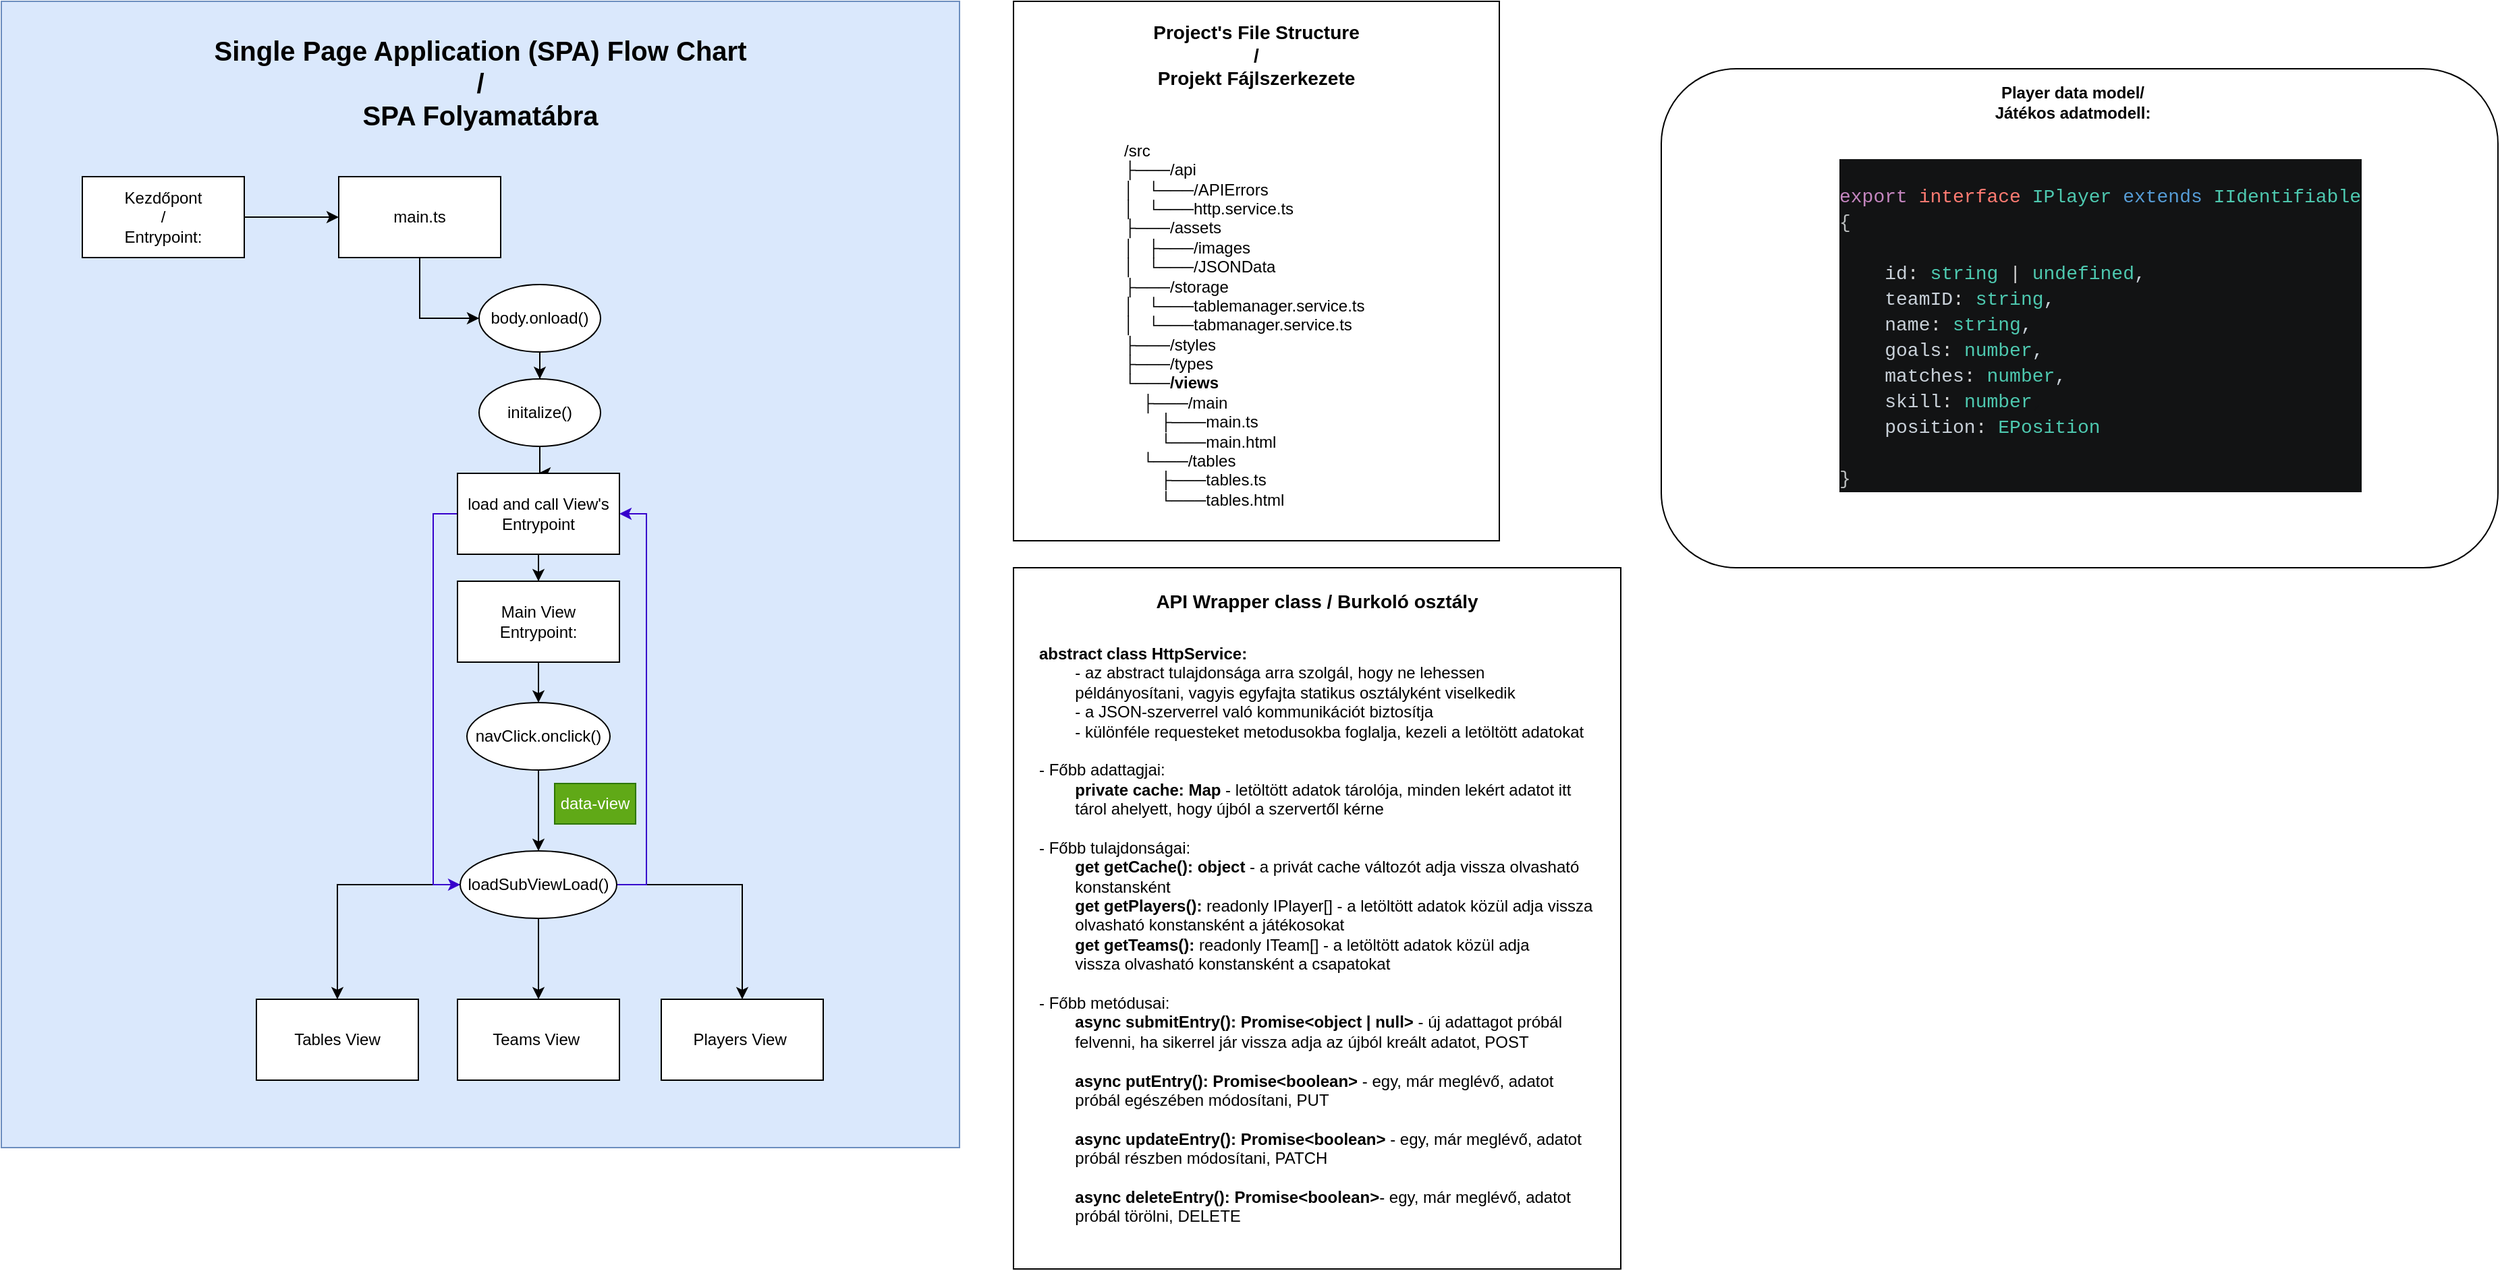
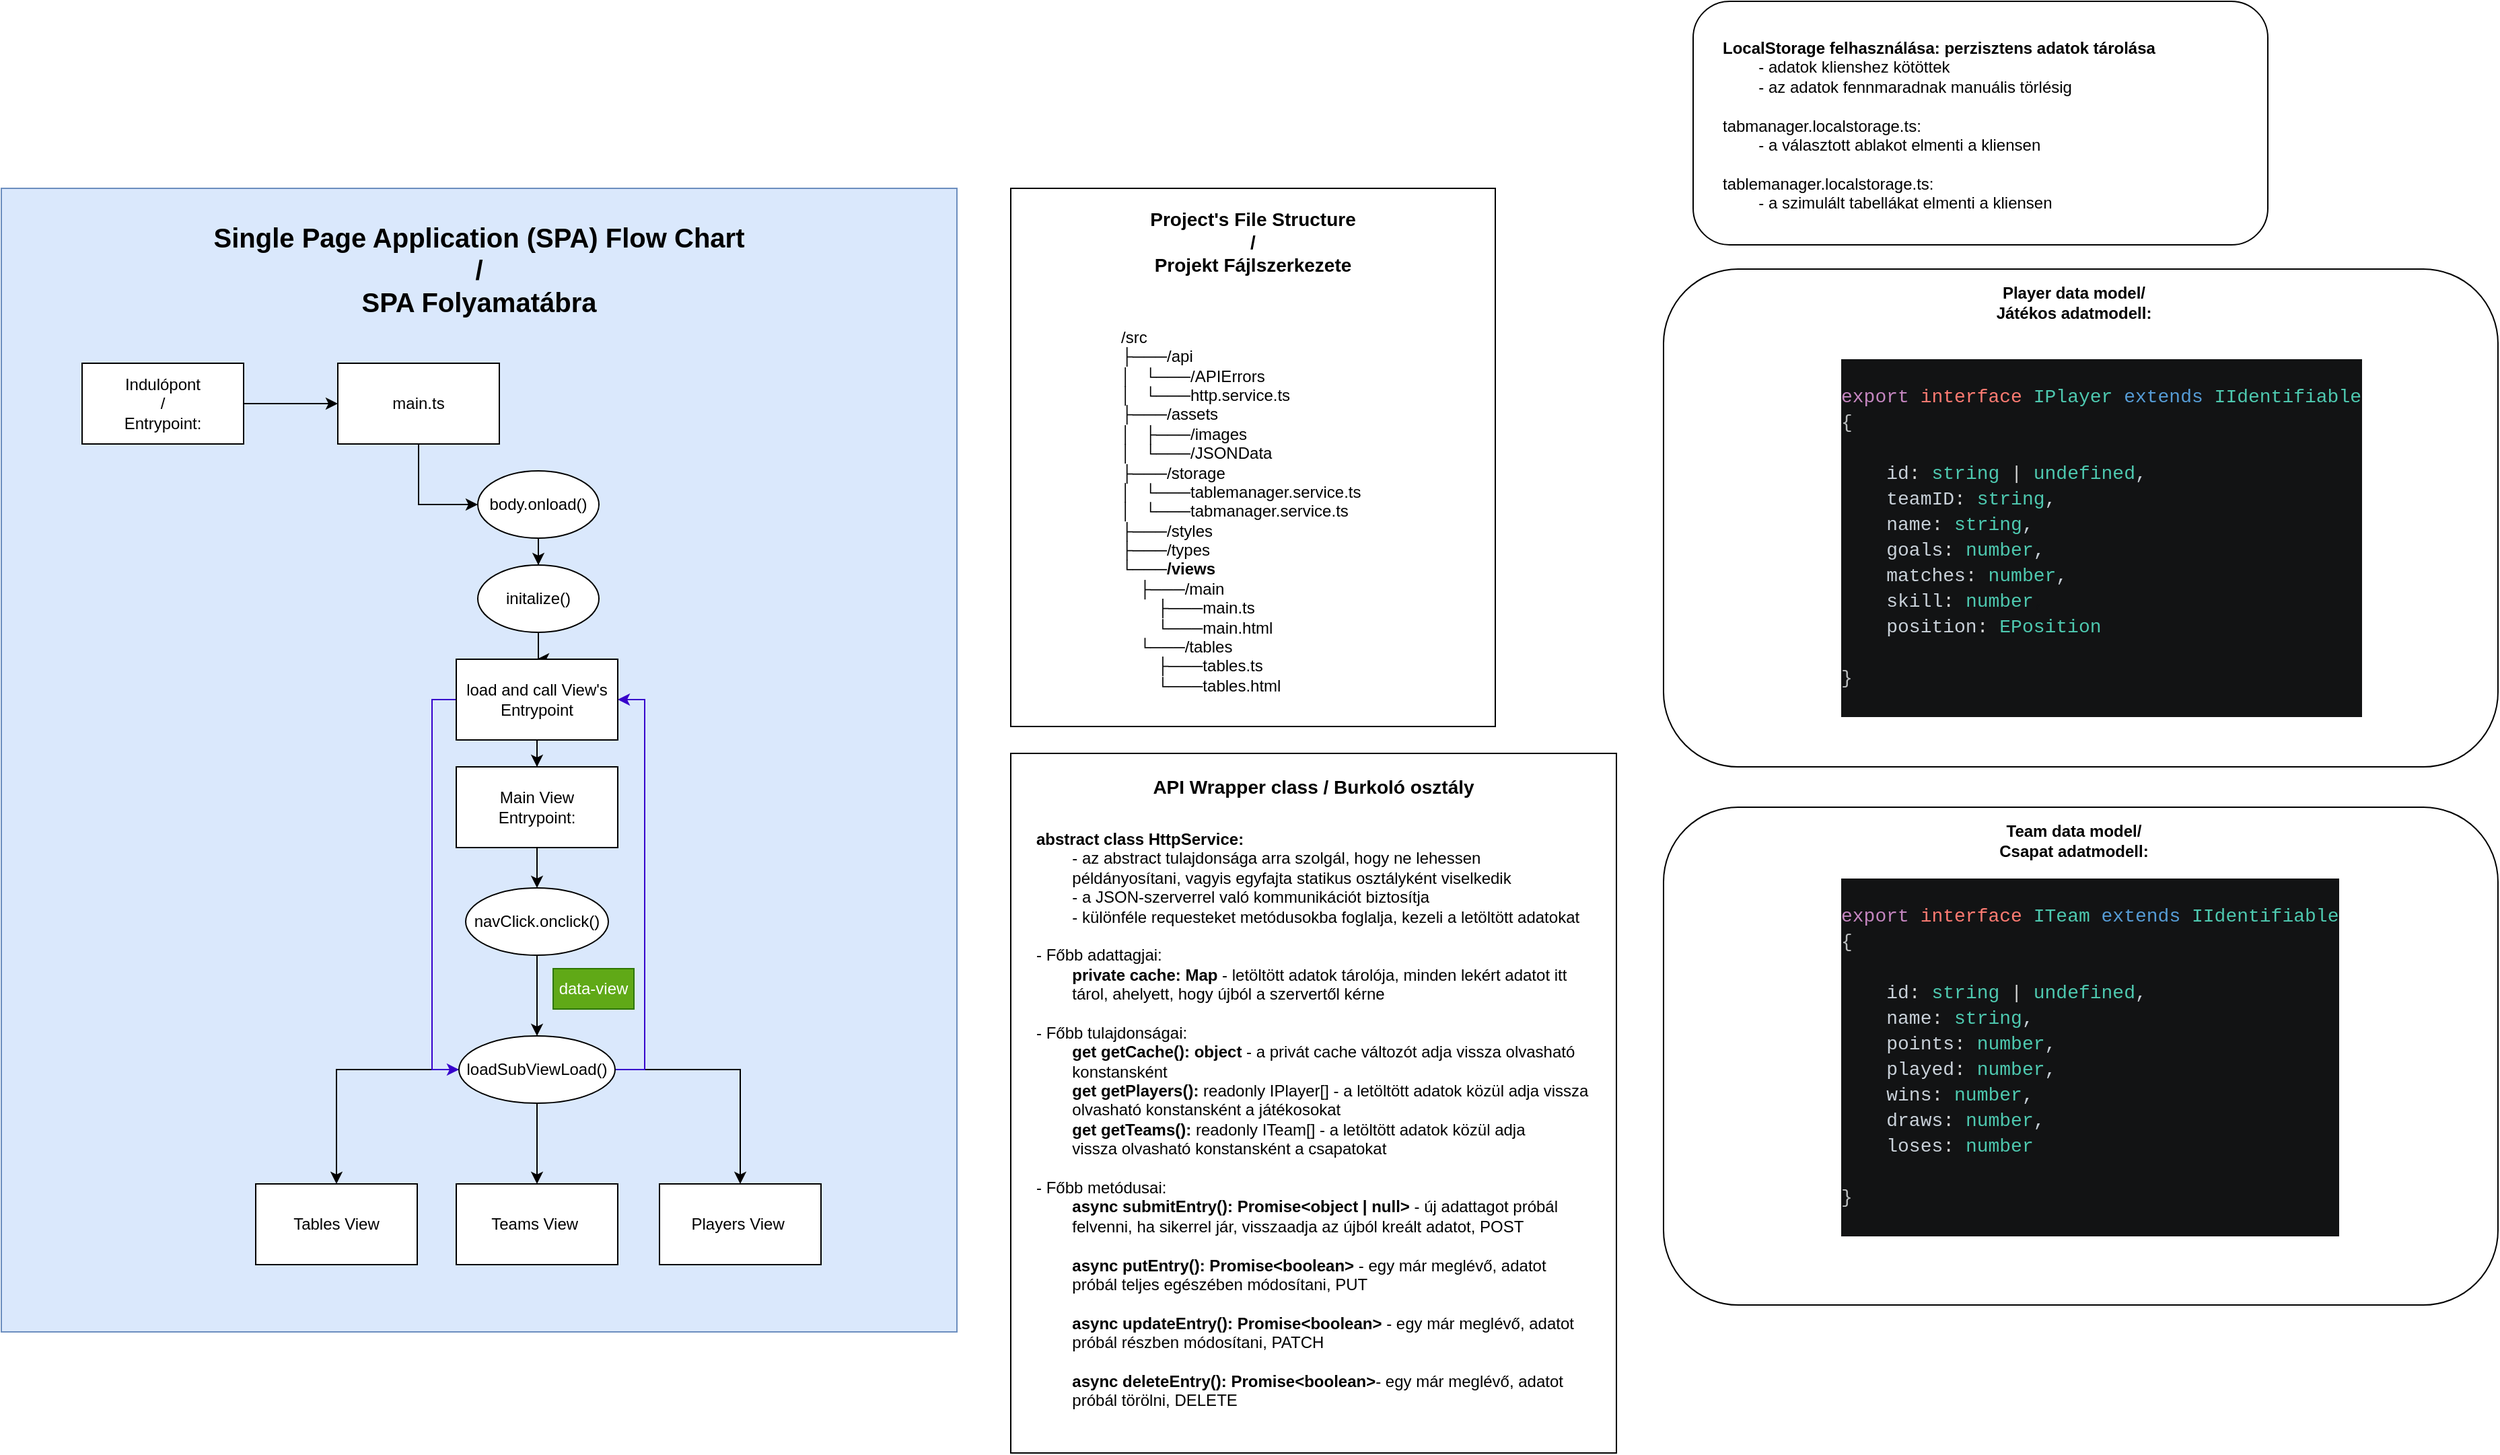
<mxfile host="app.diagrams.net">
-   <diagram name="Oldal-1" id="Sv0uq5PuGPmr9OgXicId">
-     <mxGraphModel dx="808" dy="449" grid="1" gridSize="10" guides="1" tooltips="1" connect="1" arrows="1" fold="1" page="1" pageScale="1" pageWidth="827" pageHeight="1169" math="0" shadow="0">
+   <diagram name="Oldal-1" id="ZsDgsRQ3-yedllqGNZhw">
+     <mxGraphModel dx="2175" dy="1208" grid="1" gridSize="10" guides="1" tooltips="1" connect="1" arrows="1" fold="1" page="1" pageScale="1" pageWidth="827" pageHeight="1169" math="0" shadow="0">
      <root>
        <mxCell id="0" />
        <mxCell id="1" parent="0" />
-         <mxCell id="qPtbIjXEqU1obKghwl15-63" parent="1" style="rounded=0;whiteSpace=wrap;html=1;" value="" vertex="1">
-           <mxGeometry height="400" width="360" x="810" y="40" as="geometry" />
+         <mxCell id="MTkbwlnuCuaM9ma4jEXN-2" parent="1" style="rounded=0;whiteSpace=wrap;html=1;" value="" vertex="1">
+           <mxGeometry height="400" width="360" x="950" y="159" as="geometry" />
        </mxCell>
-         <mxCell id="qPtbIjXEqU1obKghwl15-57" parent="1" style="rounded=0;whiteSpace=wrap;html=1;fillColor=#dae8fc;strokeColor=#6c8ebf;" value="" vertex="1">
-           <mxGeometry height="850" width="710" x="60" y="40" as="geometry" />
+         <mxCell id="MTkbwlnuCuaM9ma4jEXN-3" parent="1" style="rounded=0;whiteSpace=wrap;html=1;fillColor=#dae8fc;strokeColor=#6c8ebf;" value="" vertex="1">
+           <mxGeometry height="850" width="710" x="200" y="159" as="geometry" />
        </mxCell>
-         <mxCell id="qPtbIjXEqU1obKghwl15-3" edge="1" parent="1" source="qPtbIjXEqU1obKghwl15-1" style="edgeStyle=orthogonalEdgeStyle;rounded=0;orthogonalLoop=1;jettySize=auto;html=1;" target="qPtbIjXEqU1obKghwl15-2" value="">
+         <mxCell id="MTkbwlnuCuaM9ma4jEXN-4" edge="1" parent="1" source="MTkbwlnuCuaM9ma4jEXN-5" style="edgeStyle=orthogonalEdgeStyle;rounded=0;orthogonalLoop=1;jettySize=auto;html=1;" target="MTkbwlnuCuaM9ma4jEXN-7" value="">
          <mxGeometry relative="1" as="geometry" />
        </mxCell>
-         <mxCell id="qPtbIjXEqU1obKghwl15-1" parent="1" style="rounded=0;whiteSpace=wrap;html=1;" value="&lt;div&gt;Kezdőpont&lt;/div&gt;/&lt;div&gt;Entrypoint:&lt;/div&gt;" vertex="1">
-           <mxGeometry height="60" width="120" x="120" y="170" as="geometry" />
+         <mxCell id="MTkbwlnuCuaM9ma4jEXN-5" parent="1" style="rounded=0;whiteSpace=wrap;html=1;" value="&lt;div&gt;Indulópont&lt;/div&gt;/&lt;div&gt;Entrypoint:&lt;/div&gt;" vertex="1">
+           <mxGeometry height="60" width="120" x="260" y="289" as="geometry" />
        </mxCell>
-         <mxCell id="qPtbIjXEqU1obKghwl15-22" edge="1" parent="1" source="qPtbIjXEqU1obKghwl15-2" style="edgeStyle=orthogonalEdgeStyle;rounded=0;orthogonalLoop=1;jettySize=auto;html=1;entryX=0;entryY=0.5;entryDx=0;entryDy=0;" target="qPtbIjXEqU1obKghwl15-20">
+         <mxCell id="MTkbwlnuCuaM9ma4jEXN-6" edge="1" parent="1" source="MTkbwlnuCuaM9ma4jEXN-7" style="edgeStyle=orthogonalEdgeStyle;rounded=0;orthogonalLoop=1;jettySize=auto;html=1;entryX=0;entryY=0.5;entryDx=0;entryDy=0;" target="MTkbwlnuCuaM9ma4jEXN-11">
          <mxGeometry relative="1" as="geometry" />
        </mxCell>
-         <mxCell id="qPtbIjXEqU1obKghwl15-2" parent="1" style="whiteSpace=wrap;html=1;rounded=0;" value="main.ts" vertex="1">
-           <mxGeometry height="60" width="120" x="310" y="170" as="geometry" />
+         <mxCell id="MTkbwlnuCuaM9ma4jEXN-7" parent="1" style="whiteSpace=wrap;html=1;rounded=0;" value="main.ts" vertex="1">
+           <mxGeometry height="60" width="120" x="450" y="289" as="geometry" />
        </mxCell>
-         <mxCell id="qPtbIjXEqU1obKghwl15-28" edge="1" parent="1" source="qPtbIjXEqU1obKghwl15-17" style="edgeStyle=orthogonalEdgeStyle;rounded=0;orthogonalLoop=1;jettySize=auto;html=1;entryX=0.5;entryY=0;entryDx=0;entryDy=0;" target="qPtbIjXEqU1obKghwl15-30">
+         <mxCell id="MTkbwlnuCuaM9ma4jEXN-8" edge="1" parent="1" source="MTkbwlnuCuaM9ma4jEXN-9" style="edgeStyle=orthogonalEdgeStyle;rounded=0;orthogonalLoop=1;jettySize=auto;html=1;entryX=0.5;entryY=0;entryDx=0;entryDy=0;" target="MTkbwlnuCuaM9ma4jEXN-19">
          <mxGeometry relative="1" as="geometry" />
        </mxCell>
-         <mxCell id="qPtbIjXEqU1obKghwl15-17" parent="1" style="ellipse;whiteSpace=wrap;html=1;" value="initalize()" vertex="1">
-           <mxGeometry height="50" width="90" x="414" y="320" as="geometry" />
+         <mxCell id="MTkbwlnuCuaM9ma4jEXN-9" parent="1" style="ellipse;whiteSpace=wrap;html=1;" value="initalize()" vertex="1">
+           <mxGeometry height="50" width="90" x="554" y="439" as="geometry" />
        </mxCell>
-         <mxCell id="qPtbIjXEqU1obKghwl15-27" edge="1" parent="1" source="qPtbIjXEqU1obKghwl15-20" style="edgeStyle=orthogonalEdgeStyle;rounded=0;orthogonalLoop=1;jettySize=auto;html=1;entryX=0.5;entryY=0;entryDx=0;entryDy=0;" target="qPtbIjXEqU1obKghwl15-17">
+         <mxCell id="MTkbwlnuCuaM9ma4jEXN-10" edge="1" parent="1" source="MTkbwlnuCuaM9ma4jEXN-11" style="edgeStyle=orthogonalEdgeStyle;rounded=0;orthogonalLoop=1;jettySize=auto;html=1;entryX=0.5;entryY=0;entryDx=0;entryDy=0;" target="MTkbwlnuCuaM9ma4jEXN-9">
          <mxGeometry relative="1" as="geometry" />
        </mxCell>
-         <mxCell id="qPtbIjXEqU1obKghwl15-20" parent="1" style="ellipse;whiteSpace=wrap;html=1;" value="body.onload()" vertex="1">
-           <mxGeometry height="50" width="90" x="414" y="250" as="geometry" />
+         <mxCell id="MTkbwlnuCuaM9ma4jEXN-11" parent="1" style="ellipse;whiteSpace=wrap;html=1;" value="body.onload()" vertex="1">
+           <mxGeometry height="50" width="90" x="554" y="369" as="geometry" />
        </mxCell>
-         <mxCell id="qPtbIjXEqU1obKghwl15-52" edge="1" parent="1" source="qPtbIjXEqU1obKghwl15-21" style="edgeStyle=orthogonalEdgeStyle;rounded=0;orthogonalLoop=1;jettySize=auto;html=1;entryX=0.5;entryY=0;entryDx=0;entryDy=0;" target="qPtbIjXEqU1obKghwl15-37">
+         <mxCell id="MTkbwlnuCuaM9ma4jEXN-12" edge="1" parent="1" source="MTkbwlnuCuaM9ma4jEXN-16" style="edgeStyle=orthogonalEdgeStyle;rounded=0;orthogonalLoop=1;jettySize=auto;html=1;entryX=0.5;entryY=0;entryDx=0;entryDy=0;" target="MTkbwlnuCuaM9ma4jEXN-24">
          <mxGeometry relative="1" as="geometry" />
        </mxCell>
-         <mxCell id="qPtbIjXEqU1obKghwl15-53" edge="1" parent="1" source="qPtbIjXEqU1obKghwl15-21" style="edgeStyle=orthogonalEdgeStyle;rounded=0;orthogonalLoop=1;jettySize=auto;html=1;entryX=0.5;entryY=0;entryDx=0;entryDy=0;" target="qPtbIjXEqU1obKghwl15-34">
+         <mxCell id="MTkbwlnuCuaM9ma4jEXN-13" edge="1" parent="1" source="MTkbwlnuCuaM9ma4jEXN-16" style="edgeStyle=orthogonalEdgeStyle;rounded=0;orthogonalLoop=1;jettySize=auto;html=1;entryX=0.5;entryY=0;entryDx=0;entryDy=0;" target="MTkbwlnuCuaM9ma4jEXN-20">
          <mxGeometry relative="1" as="geometry" />
        </mxCell>
-         <mxCell id="qPtbIjXEqU1obKghwl15-54" edge="1" parent="1" source="qPtbIjXEqU1obKghwl15-21" style="edgeStyle=orthogonalEdgeStyle;rounded=0;orthogonalLoop=1;jettySize=auto;html=1;entryX=0.5;entryY=0;entryDx=0;entryDy=0;" target="qPtbIjXEqU1obKghwl15-36">
+         <mxCell id="MTkbwlnuCuaM9ma4jEXN-14" edge="1" parent="1" source="MTkbwlnuCuaM9ma4jEXN-16" style="edgeStyle=orthogonalEdgeStyle;rounded=0;orthogonalLoop=1;jettySize=auto;html=1;entryX=0.5;entryY=0;entryDx=0;entryDy=0;" target="MTkbwlnuCuaM9ma4jEXN-23">
          <mxGeometry relative="1" as="geometry" />
        </mxCell>
-         <mxCell id="qPtbIjXEqU1obKghwl15-55" edge="1" parent="1" source="qPtbIjXEqU1obKghwl15-21" style="edgeStyle=orthogonalEdgeStyle;rounded=0;orthogonalLoop=1;jettySize=auto;html=1;entryX=1;entryY=0.5;entryDx=0;entryDy=0;fillColor=#6a00ff;strokeColor=#3700CC;" target="qPtbIjXEqU1obKghwl15-30">
+         <mxCell id="MTkbwlnuCuaM9ma4jEXN-15" edge="1" parent="1" source="MTkbwlnuCuaM9ma4jEXN-16" style="edgeStyle=orthogonalEdgeStyle;rounded=0;orthogonalLoop=1;jettySize=auto;html=1;entryX=1;entryY=0.5;entryDx=0;entryDy=0;fillColor=#6a00ff;strokeColor=#3700CC;" target="MTkbwlnuCuaM9ma4jEXN-19">
          <mxGeometry relative="1" as="geometry">
            <Array as="points">
-               <mxPoint x="538" y="695" />
-               <mxPoint x="538" y="420" />
+               <mxPoint x="678" y="814" />
+               <mxPoint x="678" y="539" />
            </Array>
          </mxGeometry>
        </mxCell>
-         <mxCell id="qPtbIjXEqU1obKghwl15-21" parent="1" style="ellipse;whiteSpace=wrap;html=1;" value="loadSubViewLoad()" vertex="1">
-           <mxGeometry height="50" width="116" x="400" y="670" as="geometry" />
+         <mxCell id="MTkbwlnuCuaM9ma4jEXN-16" parent="1" style="ellipse;whiteSpace=wrap;html=1;" value="loadSubViewLoad()" vertex="1">
+           <mxGeometry height="50" width="116" x="540" y="789" as="geometry" />
        </mxCell>
-         <mxCell id="qPtbIjXEqU1obKghwl15-38" edge="1" parent="1" source="qPtbIjXEqU1obKghwl15-30" style="edgeStyle=orthogonalEdgeStyle;rounded=0;orthogonalLoop=1;jettySize=auto;html=1;" target="qPtbIjXEqU1obKghwl15-35" value="">
+         <mxCell id="MTkbwlnuCuaM9ma4jEXN-17" edge="1" parent="1" source="MTkbwlnuCuaM9ma4jEXN-19" style="edgeStyle=orthogonalEdgeStyle;rounded=0;orthogonalLoop=1;jettySize=auto;html=1;" target="MTkbwlnuCuaM9ma4jEXN-22" value="">
          <mxGeometry relative="1" as="geometry" />
        </mxCell>
-         <mxCell id="qPtbIjXEqU1obKghwl15-56" edge="1" parent="1" source="qPtbIjXEqU1obKghwl15-30" style="edgeStyle=orthogonalEdgeStyle;rounded=0;orthogonalLoop=1;jettySize=auto;html=1;entryX=0;entryY=0.5;entryDx=0;entryDy=0;fillColor=#6a00ff;strokeColor=#3700CC;" target="qPtbIjXEqU1obKghwl15-21">
+         <mxCell id="MTkbwlnuCuaM9ma4jEXN-18" edge="1" parent="1" source="MTkbwlnuCuaM9ma4jEXN-19" style="edgeStyle=orthogonalEdgeStyle;rounded=0;orthogonalLoop=1;jettySize=auto;html=1;entryX=0;entryY=0.5;entryDx=0;entryDy=0;fillColor=#6a00ff;strokeColor=#3700CC;" target="MTkbwlnuCuaM9ma4jEXN-16">
          <mxGeometry relative="1" as="geometry">
            <Array as="points">
-               <mxPoint x="380" y="420" />
-               <mxPoint x="380" y="695" />
+               <mxPoint x="520" y="539" />
+               <mxPoint x="520" y="814" />
            </Array>
          </mxGeometry>
        </mxCell>
-         <mxCell id="qPtbIjXEqU1obKghwl15-30" parent="1" style="rounded=0;whiteSpace=wrap;html=1;" value="load and call View&#39;s Entrypoint" vertex="1">
-           <mxGeometry height="60" width="120" x="398" y="390" as="geometry" />
+         <mxCell id="MTkbwlnuCuaM9ma4jEXN-19" parent="1" style="rounded=0;whiteSpace=wrap;html=1;" value="load and call View&#39;s Entrypoint" vertex="1">
+           <mxGeometry height="60" width="120" x="538" y="509" as="geometry" />
        </mxCell>
-         <mxCell id="qPtbIjXEqU1obKghwl15-34" parent="1" style="rounded=0;whiteSpace=wrap;html=1;" value="Tables View" vertex="1">
-           <mxGeometry height="60" width="120" x="249" y="780" as="geometry" />
+         <mxCell id="MTkbwlnuCuaM9ma4jEXN-20" parent="1" style="rounded=0;whiteSpace=wrap;html=1;" value="Tables View" vertex="1">
+           <mxGeometry height="60" width="120" x="389" y="899" as="geometry" />
        </mxCell>
-         <mxCell id="qPtbIjXEqU1obKghwl15-47" edge="1" parent="1" source="qPtbIjXEqU1obKghwl15-35" style="edgeStyle=orthogonalEdgeStyle;rounded=0;orthogonalLoop=1;jettySize=auto;html=1;" target="qPtbIjXEqU1obKghwl15-46" value="">
+         <mxCell id="MTkbwlnuCuaM9ma4jEXN-21" edge="1" parent="1" source="MTkbwlnuCuaM9ma4jEXN-22" style="edgeStyle=orthogonalEdgeStyle;rounded=0;orthogonalLoop=1;jettySize=auto;html=1;" target="MTkbwlnuCuaM9ma4jEXN-26" value="">
          <mxGeometry relative="1" as="geometry" />
        </mxCell>
-         <mxCell id="qPtbIjXEqU1obKghwl15-35" parent="1" style="rounded=0;whiteSpace=wrap;html=1;" value="Main View&lt;br&gt;Entrypoint:" vertex="1">
-           <mxGeometry height="60" width="120" x="398" y="470" as="geometry" />
+         <mxCell id="MTkbwlnuCuaM9ma4jEXN-22" parent="1" style="rounded=0;whiteSpace=wrap;html=1;" value="Main View&lt;br&gt;Entrypoint:" vertex="1">
+           <mxGeometry height="60" width="120" x="538" y="589" as="geometry" />
        </mxCell>
-         <mxCell id="qPtbIjXEqU1obKghwl15-36" parent="1" style="rounded=0;whiteSpace=wrap;html=1;" value="Players View&amp;nbsp;" vertex="1">
-           <mxGeometry height="60" width="120" x="549" y="780" as="geometry" />
+         <mxCell id="MTkbwlnuCuaM9ma4jEXN-23" parent="1" style="rounded=0;whiteSpace=wrap;html=1;" value="Players View&amp;nbsp;" vertex="1">
+           <mxGeometry height="60" width="120" x="689" y="899" as="geometry" />
        </mxCell>
-         <mxCell id="qPtbIjXEqU1obKghwl15-37" parent="1" style="rounded=0;whiteSpace=wrap;html=1;" value="Teams View&amp;nbsp;" vertex="1">
-           <mxGeometry height="60" width="120" x="398" y="780" as="geometry" />
+         <mxCell id="MTkbwlnuCuaM9ma4jEXN-24" parent="1" style="rounded=0;whiteSpace=wrap;html=1;" value="Teams View&amp;nbsp;" vertex="1">
+           <mxGeometry height="60" width="120" x="538" y="899" as="geometry" />
        </mxCell>
-         <mxCell id="qPtbIjXEqU1obKghwl15-51" edge="1" parent="1" source="qPtbIjXEqU1obKghwl15-46" style="edgeStyle=orthogonalEdgeStyle;rounded=0;orthogonalLoop=1;jettySize=auto;html=1;" target="qPtbIjXEqU1obKghwl15-21" value="">
+         <mxCell id="MTkbwlnuCuaM9ma4jEXN-25" edge="1" parent="1" source="MTkbwlnuCuaM9ma4jEXN-26" style="edgeStyle=orthogonalEdgeStyle;rounded=0;orthogonalLoop=1;jettySize=auto;html=1;" target="MTkbwlnuCuaM9ma4jEXN-16" value="">
          <mxGeometry relative="1" as="geometry" />
        </mxCell>
-         <mxCell id="qPtbIjXEqU1obKghwl15-46" parent="1" style="ellipse;whiteSpace=wrap;html=1;" value="navClick.onclick()" vertex="1">
-           <mxGeometry height="50" width="106" x="405" y="560" as="geometry" />
+         <mxCell id="MTkbwlnuCuaM9ma4jEXN-26" parent="1" style="ellipse;whiteSpace=wrap;html=1;" value="navClick.onclick()" vertex="1">
+           <mxGeometry height="50" width="106" x="545" y="679" as="geometry" />
        </mxCell>
-         <mxCell id="qPtbIjXEqU1obKghwl15-58" parent="1" style="text;html=1;whiteSpace=wrap;strokeColor=none;fillColor=none;align=center;verticalAlign=middle;rounded=0;fontSize=20;fontStyle=1" value="Single Page Application (SPA) Flow Chart&lt;br&gt;/&lt;br&gt;SPA Folyamatábra" vertex="1">
-           <mxGeometry height="80" width="670" x="80" y="60" as="geometry" />
+         <mxCell id="MTkbwlnuCuaM9ma4jEXN-27" parent="1" style="text;html=1;whiteSpace=wrap;strokeColor=none;fillColor=none;align=center;verticalAlign=middle;rounded=0;fontSize=20;fontStyle=1" value="Single Page Application (SPA) Flow Chart&lt;br&gt;/&lt;br&gt;SPA Folyamatábra" vertex="1">
+           <mxGeometry height="80" width="670" x="220" y="179" as="geometry" />
        </mxCell>
-         <mxCell id="qPtbIjXEqU1obKghwl15-59" parent="1" style="text;html=1;whiteSpace=wrap;strokeColor=#2D7600;fillColor=#60a917;align=center;verticalAlign=middle;rounded=0;fontColor=#ffffff;" value="data-view" vertex="1">
-           <mxGeometry height="30" width="60" x="470" y="620" as="geometry" />
+         <mxCell id="MTkbwlnuCuaM9ma4jEXN-28" parent="1" style="text;html=1;whiteSpace=wrap;strokeColor=#2D7600;fillColor=#60a917;align=center;verticalAlign=middle;rounded=0;fontColor=#ffffff;" value="data-view" vertex="1">
+           <mxGeometry height="30" width="60" x="610" y="739" as="geometry" />
        </mxCell>
-         <mxCell id="qPtbIjXEqU1obKghwl15-62" parent="1" style="text;html=1;whiteSpace=wrap;align=left;verticalAlign=middle;rounded=0;" value="&lt;blockquote style=&quot;margin: 0px 0px 0px 40px; border-width: medium; border-style: none; border-color: currentcolor; border-image: initial; padding: 0px;&quot;&gt;&lt;div&gt;/src&lt;/div&gt;&lt;div&gt;├───/api&lt;/div&gt;&lt;div&gt;│&amp;nbsp; &amp;nbsp;└───/APIErrors&lt;/div&gt;&lt;div&gt;│&amp;nbsp; &amp;nbsp;└───http.service.ts&lt;/div&gt;&lt;div&gt;├───/assets&lt;/div&gt;&lt;div&gt;│&amp;nbsp; &amp;nbsp;├───/images&lt;/div&gt;&lt;div&gt;│&amp;nbsp; &amp;nbsp;└───/JSONData&lt;/div&gt;&lt;div&gt;├───/storage&lt;/div&gt;&lt;div&gt;│&amp;nbsp; &amp;nbsp;└───tablemanager.service.ts&lt;/div&gt;&lt;div&gt;│&amp;nbsp; &amp;nbsp;└───tabmanager.service.ts&lt;/div&gt;&lt;div&gt;├───/styles&lt;/div&gt;&lt;div&gt;├───/types&lt;/div&gt;&lt;div&gt;&lt;b&gt;&lt;font style=&quot;color: light-dark(rgb(0, 0, 0), rgb(255, 102, 102));&quot;&gt;└───/views&lt;/font&gt;&lt;/b&gt;&lt;/div&gt;&lt;div&gt;&lt;font&gt;&amp;nbsp; &amp;nbsp; &lt;font style=&quot;color: light-dark(rgb(0, 0, 0), rgb(255, 102, 102));&quot;&gt;├───/main&lt;/font&gt;&lt;/font&gt;&lt;/div&gt;&lt;div&gt;&lt;div&gt;&lt;font style=&quot;color: light-dark(rgb(0, 0, 0), rgb(255, 102, 102));&quot;&gt;&amp;nbsp; &amp;nbsp; &amp;nbsp; &amp;nbsp; ├───main.ts&lt;/font&gt;&lt;/div&gt;&lt;/div&gt;&lt;div&gt;&lt;div&gt;&lt;font style=&quot;color: light-dark(rgb(0, 0, 0), rgb(255, 102, 102));&quot;&gt;&amp;nbsp; &amp;nbsp; &amp;nbsp; &amp;nbsp; └───main.html&lt;/font&gt;&lt;/div&gt;&lt;/div&gt;&lt;div&gt;&lt;font style=&quot;color: light-dark(rgb(0, 0, 0), rgb(255, 102, 102));&quot;&gt;&amp;nbsp; &amp;nbsp; └───/tables&lt;/font&gt;&lt;/div&gt;&lt;div&gt;&lt;font style=&quot;color: light-dark(rgb(0, 0, 0), rgb(255, 102, 102));&quot;&gt;&amp;nbsp; &amp;nbsp; &amp;nbsp; &amp;nbsp; ├───tables.ts&lt;/font&gt;&lt;/div&gt;&lt;div&gt;&lt;font style=&quot;color: light-dark(rgb(0, 0, 0), rgb(255, 102, 102));&quot;&gt;&amp;nbsp; &amp;nbsp; &amp;nbsp; &amp;nbsp; └───tables.html&lt;/font&gt;&lt;/div&gt;&lt;/blockquote&gt;" vertex="1">
-           <mxGeometry height="300" width="280" x="850" y="130" as="geometry" />
+         <mxCell id="MTkbwlnuCuaM9ma4jEXN-29" parent="1" style="text;html=1;whiteSpace=wrap;align=left;verticalAlign=middle;rounded=0;" value="&lt;blockquote style=&quot;margin: 0px 0px 0px 40px; border-width: medium; border-style: none; border-color: currentcolor; border-image: initial; padding: 0px;&quot;&gt;&lt;div&gt;/src&lt;/div&gt;&lt;div&gt;├───/api&lt;/div&gt;&lt;div&gt;│&amp;nbsp; &amp;nbsp;└───/APIErrors&lt;/div&gt;&lt;div&gt;│&amp;nbsp; &amp;nbsp;└───http.service.ts&lt;/div&gt;&lt;div&gt;├───/assets&lt;/div&gt;&lt;div&gt;│&amp;nbsp; &amp;nbsp;├───/images&lt;/div&gt;&lt;div&gt;│&amp;nbsp; &amp;nbsp;└───/JSONData&lt;/div&gt;&lt;div&gt;├───/storage&lt;/div&gt;&lt;div&gt;│&amp;nbsp; &amp;nbsp;└───tablemanager.service.ts&lt;/div&gt;&lt;div&gt;│&amp;nbsp; &amp;nbsp;└───tabmanager.service.ts&lt;/div&gt;&lt;div&gt;├───/styles&lt;/div&gt;&lt;div&gt;├───/types&lt;/div&gt;&lt;div&gt;&lt;b&gt;&lt;font style=&quot;color: light-dark(rgb(0, 0, 0), rgb(255, 102, 102));&quot;&gt;└───/views&lt;/font&gt;&lt;/b&gt;&lt;/div&gt;&lt;div&gt;&lt;font&gt;&amp;nbsp; &amp;nbsp; &lt;font style=&quot;color: light-dark(rgb(0, 0, 0), rgb(255, 102, 102));&quot;&gt;├───/main&lt;/font&gt;&lt;/font&gt;&lt;/div&gt;&lt;div&gt;&lt;div&gt;&lt;font style=&quot;color: light-dark(rgb(0, 0, 0), rgb(255, 102, 102));&quot;&gt;&amp;nbsp; &amp;nbsp; &amp;nbsp; &amp;nbsp; ├───main.ts&lt;/font&gt;&lt;/div&gt;&lt;/div&gt;&lt;div&gt;&lt;div&gt;&lt;font style=&quot;color: light-dark(rgb(0, 0, 0), rgb(255, 102, 102));&quot;&gt;&amp;nbsp; &amp;nbsp; &amp;nbsp; &amp;nbsp; └───main.html&lt;/font&gt;&lt;/div&gt;&lt;/div&gt;&lt;div&gt;&lt;font style=&quot;color: light-dark(rgb(0, 0, 0), rgb(255, 102, 102));&quot;&gt;&amp;nbsp; &amp;nbsp; └───/tables&lt;/font&gt;&lt;/div&gt;&lt;div&gt;&lt;font style=&quot;color: light-dark(rgb(0, 0, 0), rgb(255, 102, 102));&quot;&gt;&amp;nbsp; &amp;nbsp; &amp;nbsp; &amp;nbsp; ├───tables.ts&lt;/font&gt;&lt;/div&gt;&lt;div&gt;&lt;font style=&quot;color: light-dark(rgb(0, 0, 0), rgb(255, 102, 102));&quot;&gt;&amp;nbsp; &amp;nbsp; &amp;nbsp; &amp;nbsp; └───tables.html&lt;/font&gt;&lt;/div&gt;&lt;/blockquote&gt;" vertex="1">
+           <mxGeometry height="300" width="280" x="990" y="249" as="geometry" />
        </mxCell>
-         <mxCell id="qPtbIjXEqU1obKghwl15-64" parent="1" style="text;html=1;whiteSpace=wrap;strokeColor=none;fillColor=none;align=center;verticalAlign=middle;rounded=0;fontSize=14;fontStyle=1" value="Project&#39;s File Structure&lt;div&gt;/&lt;br&gt;Projekt Fájlszerkezete&lt;/div&gt;" vertex="1">
-           <mxGeometry height="60" width="320" x="830" y="50" as="geometry" />
+         <mxCell id="MTkbwlnuCuaM9ma4jEXN-30" parent="1" style="text;html=1;whiteSpace=wrap;strokeColor=none;fillColor=none;align=center;verticalAlign=middle;rounded=0;fontSize=14;fontStyle=1" value="Project&#39;s File Structure&lt;div&gt;/&lt;br&gt;Projekt Fájlszerkezete&lt;/div&gt;" vertex="1">
+           <mxGeometry height="60" width="320" x="970" y="169" as="geometry" />
        </mxCell>
-         <mxCell id="qPtbIjXEqU1obKghwl15-65" parent="1" style="rounded=0;whiteSpace=wrap;html=1;" value="" vertex="1">
-           <mxGeometry height="520" width="450" x="810" y="460" as="geometry" />
+         <mxCell id="MTkbwlnuCuaM9ma4jEXN-31" parent="1" style="rounded=0;whiteSpace=wrap;html=1;" value="" vertex="1">
+           <mxGeometry height="520" width="450" x="950" y="579" as="geometry" />
        </mxCell>
-         <mxCell id="qPtbIjXEqU1obKghwl15-66" parent="1" style="text;html=1;whiteSpace=wrap;strokeColor=none;fillColor=none;align=center;verticalAlign=middle;rounded=0;fontSize=14;fontStyle=1" value="API Wrapper class / Burkoló osztály" vertex="1">
-           <mxGeometry height="30" width="410" x="830" y="470" as="geometry" />
+         <mxCell id="MTkbwlnuCuaM9ma4jEXN-32" parent="1" style="text;html=1;whiteSpace=wrap;strokeColor=none;fillColor=none;align=center;verticalAlign=middle;rounded=0;fontSize=14;fontStyle=1" value="API Wrapper class / Burkoló osztály" vertex="1">
+           <mxGeometry height="30" width="410" x="970" y="589" as="geometry" />
        </mxCell>
-         <mxCell id="qPtbIjXEqU1obKghwl15-67" parent="1" style="text;html=1;whiteSpace=wrap;strokeColor=none;fillColor=none;align=left;verticalAlign=top;rounded=0;" value="&lt;b&gt;abstract class HttpService:&lt;/b&gt;&lt;div&gt;&lt;span style=&quot;white-space: pre;&quot;&gt;&#x9;&lt;/span&gt;- az abstract tulajdonsága arra szolgál, hogy ne lehessen &lt;span style=&quot;white-space: pre;&quot;&gt;&#x9;&lt;/span&gt;példányosítani, vagyis egyfajta statikus osztályként viselkedik&lt;br&gt;&lt;div&gt;&lt;span style=&quot;white-space: pre;&quot;&gt;&#x9;&lt;/span&gt;- a JSON-szerverrel való kommunikációt biztosítja&lt;br&gt;&lt;/div&gt;&lt;div&gt;&lt;span style=&quot;white-space: pre;&quot;&gt;&#x9;&lt;/span&gt;- különféle requesteket metodusokba foglalja, kezeli a letöltött adatokat&lt;br&gt;&lt;/div&gt;&lt;div&gt;&lt;br&gt;&lt;/div&gt;&lt;div&gt;- Főbb adattagjai:&lt;/div&gt;&lt;div&gt;&lt;span style=&quot;white-space: pre;&quot;&gt;&#x9;&lt;/span&gt;&lt;b&gt;private cache: Map&amp;nbsp;&lt;/b&gt;- letöltött adatok tárolója, minden lekért adatot itt &lt;span style=&quot;white-space: pre;&quot;&gt;&#x9;&lt;/span&gt;tárol&lt;span style=&quot;white-space: pre;&quot;&gt;&#x9;&lt;/span&gt;ahelyett, hogy újból a szervertől kérne&lt;br&gt;&lt;/div&gt;&lt;div&gt;&lt;br&gt;&lt;/div&gt;&lt;div&gt;- Főbb tulajdonságai:&lt;/div&gt;&lt;div&gt;&lt;span style=&quot;white-space: pre;&quot;&gt;&#x9;&lt;/span&gt;&lt;b&gt;get getCache(): object&lt;/b&gt; - a privát cache változót adja vissza olvasható &lt;span style=&quot;white-space: pre;&quot;&gt;&#x9;&lt;/span&gt;konstansként&lt;br&gt;&lt;/div&gt;&lt;div&gt;&lt;span style=&quot;white-space: pre;&quot;&gt;&#x9;&lt;/span&gt;&lt;b&gt;get getPlayers():&lt;/b&gt; readonly IPlayer[] - a letöltött adatok közül adja vissza &lt;span style=&quot;white-space: pre;&quot;&gt;&#x9;&lt;/span&gt;olvasható konstansként a játékosokat&lt;br&gt;&lt;/div&gt;&lt;div&gt;&lt;span style=&quot;white-space: pre;&quot;&gt;&#x9;&lt;/span&gt;&lt;b&gt;get getTeams():&lt;/b&gt; readonly ITeam[] -&amp;nbsp;&lt;span style=&quot;background-color: transparent; color: light-dark(rgb(0, 0, 0), rgb(255, 255, 255));&quot;&gt;a letöltött adatok közül adja &lt;span style=&quot;white-space: pre;&quot;&gt;&#x9;&lt;/span&gt;vissza&amp;nbsp;&lt;/span&gt;&lt;span style=&quot;background-color: transparent; color: light-dark(rgb(0, 0, 0), rgb(255, 255, 255));&quot;&gt;olvasható konstansként a csapatokat&lt;/span&gt;&lt;/div&gt;&lt;div&gt;&lt;span style=&quot;background-color: transparent; color: light-dark(rgb(0, 0, 0), rgb(255, 255, 255));&quot;&gt;&lt;br&gt;&lt;/span&gt;&lt;/div&gt;&lt;div&gt;&lt;span style=&quot;background-color: transparent; color: light-dark(rgb(0, 0, 0), rgb(255, 255, 255));&quot;&gt;- Főbb metódusai:&lt;/span&gt;&lt;/div&gt;&lt;div&gt;&lt;span style=&quot;background-color: transparent; color: light-dark(rgb(0, 0, 0), rgb(255, 255, 255));&quot;&gt;&lt;span style=&quot;white-space: pre;&quot;&gt;&#x9;&lt;/span&gt;&lt;b&gt;async submitEntry(): Promise&amp;lt;object | null&amp;gt;&lt;/b&gt; - új adattagot próbál &lt;span style=&quot;white-space: pre;&quot;&gt;&#x9;&lt;/span&gt;felvenni, ha sikerrel jár vissza adja az újból kreált adatot, POST&lt;br&gt;&lt;/span&gt;&lt;/div&gt;&lt;/div&gt;&lt;div&gt;&lt;span style=&quot;background-color: transparent; color: light-dark(rgb(0, 0, 0), rgb(255, 255, 255));&quot;&gt;&lt;br&gt;&lt;/span&gt;&lt;/div&gt;&lt;div&gt;&lt;span style=&quot;white-space: pre;&quot;&gt;&#x9;&lt;/span&gt;&lt;b&gt;async putEntry(): Promise&amp;lt;boolean&amp;gt;&lt;/b&gt; - egy, már meglévő, adatot &lt;span style=&quot;white-space: pre;&quot;&gt;&#x9;&lt;/span&gt;próbál egészében módosítani, PUT&lt;span style=&quot;background-color: transparent; color: light-dark(rgb(0, 0, 0), rgb(255, 255, 255));&quot;&gt;&lt;/span&gt;&lt;/div&gt;&lt;div&gt;&lt;br&gt;&lt;/div&gt;&lt;div&gt;&lt;span style=&quot;white-space: pre;&quot;&gt;&#x9;&lt;/span&gt;&lt;b&gt;async updateEntry(): Promise&amp;lt;boolean&amp;gt;&lt;/b&gt; - egy, már meglévő, adatot &lt;span style=&quot;white-space: pre;&quot;&gt;&#x9;&lt;/span&gt;próbál részben módosítani, PATCH&lt;/div&gt;&lt;div&gt;&lt;br&gt;&lt;/div&gt;&lt;div&gt;&lt;span style=&quot;white-space: pre;&quot;&gt;&#x9;&lt;/span&gt;&lt;b&gt;async deleteEntry(): Promise&amp;lt;boolean&amp;gt;&lt;/b&gt;- egy, már meglévő, adatot &lt;span style=&quot;white-space: pre;&quot;&gt;&#x9;&lt;/span&gt;próbál törölni, DELETE&lt;/div&gt;" vertex="1">
-           <mxGeometry height="450" width="413" x="827" y="510" as="geometry" />
+         <mxCell id="MTkbwlnuCuaM9ma4jEXN-33" parent="1" style="text;html=1;whiteSpace=wrap;strokeColor=none;fillColor=none;align=left;verticalAlign=top;rounded=0;" value="&lt;b&gt;abstract class HttpService:&lt;/b&gt;&lt;div&gt;&lt;span style=&quot;white-space: pre;&quot;&gt;&#x9;&lt;/span&gt;- az abstract tulajdonsága arra szolgál, hogy ne lehessen &lt;span style=&quot;white-space: pre;&quot;&gt;&#x9;&lt;/span&gt;példányosítani, vagyis egyfajta statikus osztályként viselkedik&lt;br&gt;&lt;div&gt;&lt;span style=&quot;white-space: pre;&quot;&gt;&#x9;&lt;/span&gt;- a JSON-szerverrel való kommunikációt biztosítja&lt;br&gt;&lt;/div&gt;&lt;div&gt;&lt;span style=&quot;white-space: pre;&quot;&gt;&#x9;&lt;/span&gt;- különféle requesteket metódusokba foglalja, kezeli a letöltött adatokat&lt;br&gt;&lt;/div&gt;&lt;div&gt;&lt;br&gt;&lt;/div&gt;&lt;div&gt;- Főbb adattagjai:&lt;/div&gt;&lt;div&gt;&lt;span style=&quot;white-space: pre;&quot;&gt;&#x9;&lt;/span&gt;&lt;b&gt;private cache: Map&amp;nbsp;&lt;/b&gt;- letöltött adatok tárolója, minden lekért adatot itt &lt;span style=&quot;white-space: pre;&quot;&gt;&#x9;&lt;/span&gt;tárol, ahelyett, hogy újból a szervertől kérne&lt;br&gt;&lt;/div&gt;&lt;div&gt;&lt;br&gt;&lt;/div&gt;&lt;div&gt;- Főbb tulajdonságai:&lt;/div&gt;&lt;div&gt;&lt;span style=&quot;white-space: pre;&quot;&gt;&#x9;&lt;/span&gt;&lt;b&gt;get getCache(): object&lt;/b&gt; - a privát cache változót adja vissza olvasható &lt;span style=&quot;white-space: pre;&quot;&gt;&#x9;&lt;/span&gt;konstansként&lt;br&gt;&lt;/div&gt;&lt;div&gt;&lt;span style=&quot;white-space: pre;&quot;&gt;&#x9;&lt;/span&gt;&lt;b&gt;get getPlayers():&lt;/b&gt; readonly IPlayer[] - a letöltött adatok közül adja vissza &lt;span style=&quot;white-space: pre;&quot;&gt;&#x9;&lt;/span&gt;olvasható konstansként a játékosokat&lt;br&gt;&lt;/div&gt;&lt;div&gt;&lt;span style=&quot;white-space: pre;&quot;&gt;&#x9;&lt;/span&gt;&lt;b&gt;get getTeams():&lt;/b&gt; readonly ITeam[] -&amp;nbsp;&lt;span style=&quot;background-color: transparent; color: light-dark(rgb(0, 0, 0), rgb(255, 255, 255));&quot;&gt;a letöltött adatok közül adja &lt;span style=&quot;white-space: pre;&quot;&gt;&#x9;&lt;/span&gt;vissza&amp;nbsp;&lt;/span&gt;&lt;span style=&quot;background-color: transparent; color: light-dark(rgb(0, 0, 0), rgb(255, 255, 255));&quot;&gt;olvasható konstansként a csapatokat&lt;/span&gt;&lt;/div&gt;&lt;div&gt;&lt;span style=&quot;background-color: transparent; color: light-dark(rgb(0, 0, 0), rgb(255, 255, 255));&quot;&gt;&lt;br&gt;&lt;/span&gt;&lt;/div&gt;&lt;div&gt;&lt;span style=&quot;background-color: transparent; color: light-dark(rgb(0, 0, 0), rgb(255, 255, 255));&quot;&gt;- Főbb metódusai:&lt;/span&gt;&lt;/div&gt;&lt;div&gt;&lt;span style=&quot;background-color: transparent; color: light-dark(rgb(0, 0, 0), rgb(255, 255, 255));&quot;&gt;&lt;span style=&quot;white-space: pre;&quot;&gt;&#x9;&lt;/span&gt;&lt;b&gt;async submitEntry(): Promise&amp;lt;object | null&amp;gt;&lt;/b&gt; - új adattagot próbál &lt;span style=&quot;white-space: pre;&quot;&gt;&#x9;&lt;/span&gt;felvenni, ha sikerrel jár, visszaadja az újból kreált adatot, POST&lt;br&gt;&lt;/span&gt;&lt;/div&gt;&lt;/div&gt;&lt;div&gt;&lt;span style=&quot;background-color: transparent; color: light-dark(rgb(0, 0, 0), rgb(255, 255, 255));&quot;&gt;&lt;br&gt;&lt;/span&gt;&lt;/div&gt;&lt;div&gt;&lt;span style=&quot;white-space: pre;&quot;&gt;&#x9;&lt;/span&gt;&lt;b&gt;async putEntry(): Promise&amp;lt;boolean&amp;gt;&lt;/b&gt; - egy már meglévő, adatot &lt;span style=&quot;white-space: pre;&quot;&gt;&#x9;&lt;/span&gt;próbál teljes egészében módosítani, PUT&lt;span style=&quot;background-color: transparent; color: light-dark(rgb(0, 0, 0), rgb(255, 255, 255));&quot;&gt;&lt;/span&gt;&lt;/div&gt;&lt;div&gt;&lt;br&gt;&lt;/div&gt;&lt;div&gt;&lt;span style=&quot;white-space: pre;&quot;&gt;&#x9;&lt;/span&gt;&lt;b&gt;async updateEntry(): Promise&amp;lt;boolean&amp;gt;&lt;/b&gt; - egy már meglévő, adatot &lt;span style=&quot;white-space: pre;&quot;&gt;&#x9;&lt;/span&gt;próbál részben módosítani, PATCH&lt;/div&gt;&lt;div&gt;&lt;br&gt;&lt;/div&gt;&lt;div&gt;&lt;span style=&quot;white-space: pre;&quot;&gt;&#x9;&lt;/span&gt;&lt;b&gt;async deleteEntry(): Promise&amp;lt;boolean&amp;gt;&lt;/b&gt;- egy már meglévő, adatot &lt;span style=&quot;white-space: pre;&quot;&gt;&#x9;&lt;/span&gt;próbál törölni, DELETE&lt;/div&gt;" vertex="1">
+           <mxGeometry height="450" width="413" x="967" y="629" as="geometry" />
        </mxCell>
-         <mxCell id="qPtbIjXEqU1obKghwl15-68" parent="1" style="rounded=1;whiteSpace=wrap;html=1;" value="" vertex="1">
-           <mxGeometry height="370" width="620" x="1290" y="90" as="geometry" />
+         <mxCell id="MTkbwlnuCuaM9ma4jEXN-34" parent="1" style="rounded=1;whiteSpace=wrap;html=1;" value="" vertex="1">
+           <mxGeometry height="370" width="620" x="1435" y="219" as="geometry" />
        </mxCell>
-         <mxCell id="qPtbIjXEqU1obKghwl15-69" parent="1" style="text;html=1;whiteSpace=wrap;strokeColor=none;fillColor=none;align=center;verticalAlign=middle;rounded=0;fontStyle=1" value="Player data model/&lt;div&gt;Játékos adatmodell:&lt;/div&gt;" vertex="1">
-           <mxGeometry height="30" width="550" x="1320" y="100" as="geometry" />
+         <mxCell id="MTkbwlnuCuaM9ma4jEXN-35" parent="1" style="text;html=1;whiteSpace=wrap;strokeColor=none;fillColor=none;align=center;verticalAlign=middle;rounded=0;fontStyle=1" value="Player data model/&lt;div&gt;Játékos adatmodell:&lt;/div&gt;" vertex="1">
+           <mxGeometry height="30" width="550" x="1465" y="229" as="geometry" />
        </mxCell>
-         <mxCell id="qPtbIjXEqU1obKghwl15-71" parent="1" style="text;html=1;whiteSpace=wrap;align=left;verticalAlign=top;rounded=0;labelBackgroundColor=light-dark(#121314,#000000);" value="&lt;div style=&quot;font-family: Consolas, &amp;quot;Courier New&amp;quot;, monospace; font-size: 14px; line-height: 19px; white-space: pre;&quot;&gt;&lt;font style=&quot;color: light-dark(rgb(201, 209, 217), rgb(255, 255, 255));&quot;&gt;&lt;br&gt;&lt;/font&gt;&lt;div style=&quot;color: light-dark(rgb(187, 190, 191), rgb(73, 75, 76));&quot;&gt;&lt;span style=&quot;color: rgb(197, 134, 192);&quot;&gt;export&lt;/span&gt; &lt;span style=&quot;color: rgb(255, 123, 114);&quot;&gt;interface&lt;/span&gt; &lt;span style=&quot;color: rgb(78, 201, 176);&quot;&gt;IPlayer&lt;/span&gt; &lt;span style=&quot;color: rgb(86, 156, 214);&quot;&gt;extends&lt;/span&gt; &lt;span style=&quot;color: rgb(78, 201, 176);&quot;&gt;IIdentifiable&lt;/span&gt;&lt;/div&gt;&lt;div style=&quot;color: light-dark(rgb(187, 190, 191), rgb(73, 75, 76));&quot;&gt;{&lt;/div&gt;&lt;font style=&quot;color: light-dark(rgb(201, 209, 217), rgb(255, 255, 255));&quot;&gt;&lt;br&gt;&lt;/font&gt;&lt;div style=&quot;&quot;&gt;&lt;font style=&quot;color: light-dark(rgb(201, 209, 217), rgb(255, 255, 255));&quot;&gt;&amp;nbsp; &amp;nbsp; &lt;/font&gt;&lt;span style=&quot;color: rgb(201, 209, 217);&quot;&gt;&lt;font style=&quot;color: light-dark(rgb(201, 209, 217), rgb(255, 255, 255));&quot;&gt;id&lt;/font&gt;&lt;/span&gt;&lt;span style=&quot;color: rgb(212, 212, 212);&quot;&gt;:&lt;/span&gt;&lt;font style=&quot;color: light-dark(rgb(201, 209, 217), rgb(255, 255, 255));&quot;&gt; &lt;/font&gt;&lt;span style=&quot;color: rgb(78, 201, 176);&quot;&gt;string&lt;/span&gt;&lt;font style=&quot;color: light-dark(rgb(201, 209, 217), rgb(255, 255, 255));&quot;&gt; &lt;/font&gt;&lt;span style=&quot;color: rgb(212, 212, 212);&quot;&gt;|&lt;/span&gt;&lt;font style=&quot;color: light-dark(rgb(201, 209, 217), rgb(255, 255, 255));&quot;&gt; &lt;/font&gt;&lt;span style=&quot;color: rgb(78, 201, 176);&quot;&gt;undefined&lt;/span&gt;&lt;font style=&quot;color: light-dark(rgb(201, 209, 217), rgb(255, 255, 255));&quot;&gt;,&lt;/font&gt;&lt;/div&gt;&lt;div style=&quot;&quot;&gt;&lt;font style=&quot;color: light-dark(rgb(201, 209, 217), rgb(255, 255, 255));&quot;&gt;&amp;nbsp; &amp;nbsp; &lt;/font&gt;&lt;span style=&quot;color: rgb(201, 209, 217);&quot;&gt;&lt;font style=&quot;color: light-dark(rgb(201, 209, 217), rgb(255, 255, 255));&quot;&gt;teamID&lt;/font&gt;&lt;/span&gt;&lt;span style=&quot;color: rgb(212, 212, 212);&quot;&gt;:&lt;/span&gt;&lt;font style=&quot;color: light-dark(rgb(201, 209, 217), rgb(255, 255, 255));&quot;&gt; &lt;/font&gt;&lt;span style=&quot;color: rgb(78, 201, 176);&quot;&gt;string&lt;/span&gt;&lt;font style=&quot;color: light-dark(rgb(201, 209, 217), rgb(255, 255, 255));&quot;&gt;,&lt;/font&gt;&lt;/div&gt;&lt;div style=&quot;&quot;&gt;&lt;font style=&quot;color: light-dark(rgb(201, 209, 217), rgb(255, 255, 255));&quot;&gt;&amp;nbsp; &amp;nbsp; &lt;/font&gt;&lt;span style=&quot;color: rgb(201, 209, 217);&quot;&gt;&lt;font style=&quot;color: light-dark(rgb(201, 209, 217), rgb(255, 255, 255));&quot;&gt;name&lt;/font&gt;&lt;/span&gt;&lt;span style=&quot;color: rgb(212, 212, 212);&quot;&gt;:&lt;/span&gt;&lt;font style=&quot;color: light-dark(rgb(201, 209, 217), rgb(255, 255, 255));&quot;&gt; &lt;/font&gt;&lt;span style=&quot;color: rgb(78, 201, 176);&quot;&gt;string&lt;/span&gt;&lt;font style=&quot;color: light-dark(rgb(201, 209, 217), rgb(255, 255, 255));&quot;&gt;,&lt;/font&gt;&lt;/div&gt;&lt;div style=&quot;&quot;&gt;&lt;font style=&quot;color: light-dark(rgb(201, 209, 217), rgb(255, 255, 255));&quot;&gt;&amp;nbsp; &amp;nbsp; &lt;/font&gt;&lt;span style=&quot;color: rgb(201, 209, 217);&quot;&gt;&lt;font style=&quot;color: light-dark(rgb(201, 209, 217), rgb(255, 255, 255));&quot;&gt;goals&lt;/font&gt;&lt;/span&gt;&lt;span style=&quot;color: rgb(212, 212, 212);&quot;&gt;:&lt;/span&gt;&lt;font style=&quot;color: light-dark(rgb(201, 209, 217), rgb(255, 255, 255));&quot;&gt; &lt;/font&gt;&lt;span style=&quot;color: rgb(78, 201, 176);&quot;&gt;number&lt;/span&gt;&lt;font style=&quot;color: light-dark(rgb(201, 209, 217), rgb(255, 255, 255));&quot;&gt;,&lt;/font&gt;&lt;/div&gt;&lt;div style=&quot;&quot;&gt;&lt;font style=&quot;color: light-dark(rgb(201, 209, 217), rgb(255, 255, 255));&quot;&gt;&amp;nbsp; &amp;nbsp; &lt;/font&gt;&lt;span style=&quot;color: rgb(201, 209, 217);&quot;&gt;&lt;font style=&quot;color: light-dark(rgb(201, 209, 217), rgb(255, 255, 255));&quot;&gt;matches&lt;/font&gt;&lt;/span&gt;&lt;span style=&quot;color: rgb(212, 212, 212);&quot;&gt;:&lt;/span&gt;&lt;font style=&quot;color: light-dark(rgb(201, 209, 217), rgb(255, 255, 255));&quot;&gt; &lt;/font&gt;&lt;span style=&quot;color: rgb(78, 201, 176);&quot;&gt;number&lt;/span&gt;&lt;font style=&quot;color: light-dark(rgb(201, 209, 217), rgb(255, 255, 255));&quot;&gt;,&lt;/font&gt;&lt;/div&gt;&lt;div style=&quot;&quot;&gt;&lt;font style=&quot;color: light-dark(rgb(18, 19, 20), rgb(0, 0, 0));&quot;&gt;&amp;nbsp; &amp;nbsp; &lt;/font&gt;&lt;span style=&quot;color: rgb(201, 209, 217);&quot;&gt;&lt;font style=&quot;color: light-dark(rgb(201, 209, 217), rgb(255, 255, 255));&quot;&gt;skill&lt;/font&gt;&lt;/span&gt;&lt;span style=&quot;color: rgb(212, 212, 212);&quot;&gt;:&lt;/span&gt;&lt;font style=&quot;color: light-dark(rgb(18, 19, 20), rgb(0, 0, 0));&quot;&gt; &lt;/font&gt;&lt;span style=&quot;color: rgb(78, 201, 176);&quot;&gt;number&lt;/span&gt;&lt;font style=&quot;color: light-dark(rgb(18, 19, 20), rgb(0, 0, 0));&quot;&gt;,&lt;/font&gt;&lt;/div&gt;&lt;div style=&quot;&quot;&gt;&lt;font style=&quot;color: light-dark(rgb(201, 209, 217), rgb(255, 255, 255));&quot;&gt;&amp;nbsp; &amp;nbsp; &lt;/font&gt;&lt;span style=&quot;color: rgb(201, 209, 217);&quot;&gt;&lt;font style=&quot;color: light-dark(rgb(201, 209, 217), rgb(255, 255, 255));&quot;&gt;position&lt;/font&gt;&lt;/span&gt;&lt;span style=&quot;color: rgb(212, 212, 212);&quot;&gt;:&lt;/span&gt;&lt;font style=&quot;color: light-dark(rgb(201, 209, 217), rgb(255, 255, 255));&quot;&gt; &lt;/font&gt;&lt;span style=&quot;color: rgb(78, 201, 176);&quot;&gt;EPosition&lt;/span&gt;&lt;/div&gt;&lt;font style=&quot;color: light-dark(rgb(201, 209, 217), rgb(255, 255, 255));&quot;&gt;&lt;br&gt;&lt;/font&gt;&lt;div style=&quot;color: light-dark(rgb(187, 190, 191), rgb(73, 75, 76));&quot;&gt;}&lt;/div&gt;&lt;/div&gt;" vertex="1">
-           <mxGeometry height="260" width="380" x="1420" y="150" as="geometry" />
+         <mxCell id="MTkbwlnuCuaM9ma4jEXN-36" parent="1" style="text;html=1;whiteSpace=wrap;align=left;verticalAlign=top;rounded=0;labelBackgroundColor=light-dark(#121314,#000000);" value="&lt;div style=&quot;font-family: Consolas, &amp;quot;Courier New&amp;quot;, monospace; font-size: 14px; line-height: 19px; white-space: pre;&quot;&gt;&lt;font style=&quot;color: light-dark(rgb(201, 209, 217), rgb(255, 255, 255));&quot;&gt;&lt;br&gt;&lt;/font&gt;&lt;div style=&quot;color: light-dark(rgb(187, 190, 191), rgb(73, 75, 76));&quot;&gt;&lt;span style=&quot;color: rgb(197, 134, 192);&quot;&gt;export&lt;/span&gt; &lt;span style=&quot;color: rgb(255, 123, 114);&quot;&gt;interface&lt;/span&gt; &lt;span style=&quot;color: rgb(78, 201, 176);&quot;&gt;IPlayer&lt;/span&gt; &lt;span style=&quot;color: rgb(86, 156, 214);&quot;&gt;extends&lt;/span&gt; &lt;span style=&quot;color: rgb(78, 201, 176);&quot;&gt;IIdentifiable&lt;/span&gt;&lt;/div&gt;&lt;div style=&quot;color: light-dark(rgb(187, 190, 191), rgb(73, 75, 76));&quot;&gt;{&lt;/div&gt;&lt;font style=&quot;color: light-dark(rgb(201, 209, 217), rgb(255, 255, 255));&quot;&gt;&lt;br&gt;&lt;/font&gt;&lt;div style=&quot;&quot;&gt;&lt;font style=&quot;color: light-dark(rgb(201, 209, 217), rgb(255, 255, 255));&quot;&gt;&amp;nbsp; &amp;nbsp; &lt;/font&gt;&lt;span style=&quot;color: rgb(201, 209, 217);&quot;&gt;&lt;font style=&quot;color: light-dark(rgb(201, 209, 217), rgb(255, 255, 255));&quot;&gt;id&lt;/font&gt;&lt;/span&gt;&lt;span style=&quot;color: rgb(212, 212, 212);&quot;&gt;:&lt;/span&gt;&lt;font style=&quot;color: light-dark(rgb(201, 209, 217), rgb(255, 255, 255));&quot;&gt; &lt;/font&gt;&lt;span style=&quot;color: rgb(78, 201, 176);&quot;&gt;string&lt;/span&gt;&lt;font style=&quot;color: light-dark(rgb(201, 209, 217), rgb(255, 255, 255));&quot;&gt; &lt;/font&gt;&lt;span style=&quot;color: rgb(212, 212, 212);&quot;&gt;|&lt;/span&gt;&lt;font style=&quot;color: light-dark(rgb(201, 209, 217), rgb(255, 255, 255));&quot;&gt; &lt;/font&gt;&lt;span style=&quot;color: rgb(78, 201, 176);&quot;&gt;undefined&lt;/span&gt;&lt;font style=&quot;color: light-dark(rgb(201, 209, 217), rgb(255, 255, 255));&quot;&gt;,&lt;/font&gt;&lt;/div&gt;&lt;div style=&quot;&quot;&gt;&lt;font style=&quot;color: light-dark(rgb(201, 209, 217), rgb(255, 255, 255));&quot;&gt;&amp;nbsp; &amp;nbsp; &lt;/font&gt;&lt;span style=&quot;color: rgb(201, 209, 217);&quot;&gt;&lt;font style=&quot;color: light-dark(rgb(201, 209, 217), rgb(255, 255, 255));&quot;&gt;teamID&lt;/font&gt;&lt;/span&gt;&lt;span style=&quot;color: rgb(212, 212, 212);&quot;&gt;:&lt;/span&gt;&lt;font style=&quot;color: light-dark(rgb(201, 209, 217), rgb(255, 255, 255));&quot;&gt; &lt;/font&gt;&lt;span style=&quot;color: rgb(78, 201, 176);&quot;&gt;string&lt;/span&gt;&lt;font style=&quot;color: light-dark(rgb(201, 209, 217), rgb(255, 255, 255));&quot;&gt;,&lt;/font&gt;&lt;/div&gt;&lt;div style=&quot;&quot;&gt;&lt;font style=&quot;color: light-dark(rgb(201, 209, 217), rgb(255, 255, 255));&quot;&gt;&amp;nbsp; &amp;nbsp; &lt;/font&gt;&lt;span style=&quot;color: rgb(201, 209, 217);&quot;&gt;&lt;font style=&quot;color: light-dark(rgb(201, 209, 217), rgb(255, 255, 255));&quot;&gt;name&lt;/font&gt;&lt;/span&gt;&lt;span style=&quot;color: rgb(212, 212, 212);&quot;&gt;:&lt;/span&gt;&lt;font style=&quot;color: light-dark(rgb(201, 209, 217), rgb(255, 255, 255));&quot;&gt; &lt;/font&gt;&lt;span style=&quot;color: rgb(78, 201, 176);&quot;&gt;string&lt;/span&gt;&lt;font style=&quot;color: light-dark(rgb(201, 209, 217), rgb(255, 255, 255));&quot;&gt;,&lt;/font&gt;&lt;/div&gt;&lt;div style=&quot;&quot;&gt;&lt;font style=&quot;color: light-dark(rgb(201, 209, 217), rgb(255, 255, 255));&quot;&gt;&amp;nbsp; &amp;nbsp; &lt;/font&gt;&lt;span style=&quot;color: rgb(201, 209, 217);&quot;&gt;&lt;font style=&quot;color: light-dark(rgb(201, 209, 217), rgb(255, 255, 255));&quot;&gt;goals&lt;/font&gt;&lt;/span&gt;&lt;span style=&quot;color: rgb(212, 212, 212);&quot;&gt;:&lt;/span&gt;&lt;font style=&quot;color: light-dark(rgb(201, 209, 217), rgb(255, 255, 255));&quot;&gt; &lt;/font&gt;&lt;span style=&quot;color: rgb(78, 201, 176);&quot;&gt;number&lt;/span&gt;&lt;font style=&quot;color: light-dark(rgb(201, 209, 217), rgb(255, 255, 255));&quot;&gt;,&lt;/font&gt;&lt;/div&gt;&lt;div style=&quot;&quot;&gt;&lt;font style=&quot;color: light-dark(rgb(201, 209, 217), rgb(255, 255, 255));&quot;&gt;&amp;nbsp; &amp;nbsp; &lt;/font&gt;&lt;span style=&quot;color: rgb(201, 209, 217);&quot;&gt;&lt;font style=&quot;color: light-dark(rgb(201, 209, 217), rgb(255, 255, 255));&quot;&gt;matches&lt;/font&gt;&lt;/span&gt;&lt;span style=&quot;color: rgb(212, 212, 212);&quot;&gt;:&lt;/span&gt;&lt;font style=&quot;color: light-dark(rgb(201, 209, 217), rgb(255, 255, 255));&quot;&gt; &lt;/font&gt;&lt;span style=&quot;color: rgb(78, 201, 176);&quot;&gt;number&lt;/span&gt;&lt;font style=&quot;color: light-dark(rgb(201, 209, 217), rgb(255, 255, 255));&quot;&gt;,&lt;/font&gt;&lt;/div&gt;&lt;div style=&quot;&quot;&gt;&lt;font style=&quot;color: light-dark(rgb(18, 19, 20), rgb(0, 0, 0));&quot;&gt;&amp;nbsp; &amp;nbsp; &lt;/font&gt;&lt;span style=&quot;color: rgb(201, 209, 217);&quot;&gt;&lt;font style=&quot;color: light-dark(rgb(201, 209, 217), rgb(255, 255, 255));&quot;&gt;skill&lt;/font&gt;&lt;/span&gt;&lt;span style=&quot;color: rgb(212, 212, 212);&quot;&gt;:&lt;/span&gt;&lt;font style=&quot;color: light-dark(rgb(18, 19, 20), rgb(0, 0, 0));&quot;&gt; &lt;/font&gt;&lt;span style=&quot;color: rgb(78, 201, 176);&quot;&gt;number&lt;/span&gt;&lt;font style=&quot;color: light-dark(rgb(18, 19, 20), rgb(0, 0, 0));&quot;&gt;,&lt;/font&gt;&lt;/div&gt;&lt;div style=&quot;&quot;&gt;&lt;font style=&quot;color: light-dark(rgb(201, 209, 217), rgb(255, 255, 255));&quot;&gt;&amp;nbsp; &amp;nbsp; &lt;/font&gt;&lt;span style=&quot;color: rgb(201, 209, 217);&quot;&gt;&lt;font style=&quot;color: light-dark(rgb(201, 209, 217), rgb(255, 255, 255));&quot;&gt;position&lt;/font&gt;&lt;/span&gt;&lt;span style=&quot;color: rgb(212, 212, 212);&quot;&gt;:&lt;/span&gt;&lt;font style=&quot;color: light-dark(rgb(201, 209, 217), rgb(255, 255, 255));&quot;&gt; &lt;/font&gt;&lt;span style=&quot;color: rgb(78, 201, 176);&quot;&gt;EPosition&lt;/span&gt;&lt;/div&gt;&lt;font style=&quot;color: light-dark(rgb(201, 209, 217), rgb(255, 255, 255));&quot;&gt;&lt;br&gt;&lt;/font&gt;&lt;div style=&quot;color: light-dark(rgb(187, 190, 191), rgb(73, 75, 76));&quot;&gt;}&lt;/div&gt;&lt;div style=&quot;color: light-dark(rgb(187, 190, 191), rgb(73, 75, 76));&quot;&gt;&lt;br&gt;&lt;/div&gt;&lt;/div&gt;" vertex="1">
+           <mxGeometry height="260" width="380" x="1565" y="279" as="geometry" />
+         </mxCell>
+         <mxCell id="MTkbwlnuCuaM9ma4jEXN-38" parent="1" style="rounded=1;whiteSpace=wrap;html=1;" value="" vertex="1">
+           <mxGeometry height="370" width="620" x="1435" y="619" as="geometry" />
+         </mxCell>
+         <mxCell id="MTkbwlnuCuaM9ma4jEXN-39" parent="1" style="text;html=1;whiteSpace=wrap;strokeColor=none;fillColor=none;align=center;verticalAlign=middle;rounded=0;fontStyle=1" value="Team data model/&lt;div&gt;Csapat adatmodell:&lt;/div&gt;" vertex="1">
+           <mxGeometry height="30" width="550" x="1465" y="629" as="geometry" />
+         </mxCell>
+         <mxCell id="MTkbwlnuCuaM9ma4jEXN-40" parent="1" style="text;html=1;whiteSpace=wrap;align=left;verticalAlign=middle;rounded=0;labelBackgroundColor=light-dark(#121314,#000000);" value="&lt;div style=&quot;font-family: Consolas, &amp;quot;Courier New&amp;quot;, monospace; font-size: 14px; line-height: 19px; white-space: pre;&quot;&gt;&lt;div style=&quot;line-height: 19px;&quot;&gt;&lt;div style=&quot;color: light-dark(rgb(187, 190, 191), rgb(73, 75, 76));&quot;&gt;&lt;span style=&quot;color: rgb(197, 134, 192);&quot;&gt;&lt;br&gt;&lt;/span&gt;&lt;/div&gt;&lt;div style=&quot;color: light-dark(rgb(187, 190, 191), rgb(73, 75, 76));&quot;&gt;&lt;span style=&quot;color: rgb(197, 134, 192);&quot;&gt;export&lt;/span&gt; &lt;span style=&quot;color: rgb(255, 123, 114);&quot;&gt;interface&lt;/span&gt; &lt;span style=&quot;color: rgb(78, 201, 176);&quot;&gt;ITeam&lt;/span&gt; &lt;span style=&quot;color: rgb(86, 156, 214);&quot;&gt;extends&lt;/span&gt; &lt;span style=&quot;color: rgb(78, 201, 176);&quot;&gt;IIdentifiable&lt;/span&gt;&lt;/div&gt;&lt;div style=&quot;color: light-dark(rgb(187, 190, 191), rgb(73, 75, 76));&quot;&gt;{&lt;/div&gt;&lt;font style=&quot;color: light-dark(rgb(201, 209, 217), rgb(255, 255, 255));&quot;&gt;&lt;br&gt;&lt;/font&gt;&lt;div style=&quot;&quot;&gt;&lt;font style=&quot;color: light-dark(rgb(201, 209, 217), rgb(255, 255, 255));&quot;&gt;&amp;nbsp; &amp;nbsp; &lt;/font&gt;&lt;span style=&quot;color: rgb(201, 209, 217);&quot;&gt;&lt;font style=&quot;color: light-dark(rgb(201, 209, 217), rgb(255, 255, 255));&quot;&gt;id&lt;/font&gt;&lt;/span&gt;&lt;span style=&quot;color: rgb(212, 212, 212);&quot;&gt;:&lt;/span&gt;&lt;font style=&quot;color: light-dark(rgb(201, 209, 217), rgb(255, 255, 255));&quot;&gt; &lt;/font&gt;&lt;span style=&quot;color: rgb(78, 201, 176);&quot;&gt;string&lt;/span&gt;&lt;font style=&quot;color: light-dark(rgb(201, 209, 217), rgb(255, 255, 255));&quot;&gt; &lt;/font&gt;&lt;span style=&quot;color: rgb(212, 212, 212);&quot;&gt;|&lt;/span&gt;&lt;font style=&quot;color: light-dark(rgb(201, 209, 217), rgb(255, 255, 255));&quot;&gt; &lt;/font&gt;&lt;span style=&quot;color: rgb(78, 201, 176);&quot;&gt;undefined&lt;/span&gt;&lt;font style=&quot;color: light-dark(rgb(201, 209, 217), rgb(255, 255, 255));&quot;&gt;,&lt;/font&gt;&lt;/div&gt;&lt;div style=&quot;&quot;&gt;&lt;font style=&quot;color: light-dark(rgb(201, 209, 217), rgb(255, 255, 255));&quot;&gt;&amp;nbsp; &amp;nbsp; &lt;/font&gt;&lt;span style=&quot;color: rgb(201, 209, 217);&quot;&gt;&lt;font style=&quot;color: light-dark(rgb(201, 209, 217), rgb(255, 255, 255));&quot;&gt;name&lt;/font&gt;&lt;/span&gt;&lt;span style=&quot;color: rgb(212, 212, 212);&quot;&gt;:&lt;/span&gt;&lt;font style=&quot;color: light-dark(rgb(201, 209, 217), rgb(255, 255, 255));&quot;&gt; &lt;/font&gt;&lt;span style=&quot;color: rgb(78, 201, 176);&quot;&gt;string&lt;/span&gt;&lt;font style=&quot;color: light-dark(rgb(201, 209, 217), rgb(255, 255, 255));&quot;&gt;,&lt;/font&gt;&lt;/div&gt;&lt;div style=&quot;&quot;&gt;&lt;font style=&quot;color: light-dark(rgb(201, 209, 217), rgb(255, 255, 255));&quot;&gt;&amp;nbsp; &amp;nbsp; &lt;/font&gt;&lt;span style=&quot;background-color: light-dark(rgb(18, 19, 20), rgb(0, 0, 0)); color: rgb(201, 209, 217);&quot;&gt;&lt;font style=&quot;color: light-dark(rgb(201, 209, 217), rgb(255, 255, 255));&quot;&gt;points&lt;/font&gt;&lt;/span&gt;&lt;span style=&quot;color: rgb(212, 212, 212);&quot;&gt;:&lt;/span&gt;&lt;font style=&quot;color: light-dark(rgb(201, 209, 217), rgb(255, 255, 255));&quot;&gt; &lt;/font&gt;&lt;span style=&quot;color: rgb(78, 201, 176);&quot;&gt;number&lt;/span&gt;&lt;font style=&quot;color: light-dark(rgb(201, 209, 217), rgb(255, 255, 255));&quot;&gt;,&lt;/font&gt;&lt;/div&gt;&lt;div style=&quot;&quot;&gt;&lt;font style=&quot;color: light-dark(rgb(201, 209, 217), rgb(255, 255, 255));&quot;&gt;&amp;nbsp; &amp;nbsp; &lt;/font&gt;&lt;span style=&quot;color: rgb(201, 209, 217);&quot;&gt;&lt;font style=&quot;color: light-dark(rgb(201, 209, 217), rgb(255, 255, 255));&quot;&gt;played&lt;/font&gt;&lt;/span&gt;&lt;span style=&quot;color: rgb(212, 212, 212);&quot;&gt;:&lt;/span&gt;&lt;font style=&quot;color: light-dark(rgb(201, 209, 217), rgb(255, 255, 255));&quot;&gt; &lt;/font&gt;&lt;span style=&quot;color: rgb(78, 201, 176);&quot;&gt;number&lt;/span&gt;&lt;font style=&quot;color: light-dark(rgb(201, 209, 217), rgb(255, 255, 255));&quot;&gt;,&lt;/font&gt;&lt;/div&gt;&lt;div style=&quot;&quot;&gt;&lt;font style=&quot;color: light-dark(rgb(201, 209, 217), rgb(255, 255, 255));&quot;&gt;&amp;nbsp; &amp;nbsp; &lt;/font&gt;&lt;span style=&quot;color: rgb(201, 209, 217);&quot;&gt;&lt;font style=&quot;color: light-dark(rgb(201, 209, 217), rgb(255, 255, 255));&quot;&gt;wins&lt;/font&gt;&lt;/span&gt;&lt;span style=&quot;color: rgb(212, 212, 212);&quot;&gt;:&lt;/span&gt;&lt;font style=&quot;color: light-dark(rgb(201, 209, 217), rgb(255, 255, 255));&quot;&gt; &lt;/font&gt;&lt;span style=&quot;color: rgb(78, 201, 176);&quot;&gt;number&lt;/span&gt;&lt;font style=&quot;color: light-dark(rgb(201, 209, 217), rgb(255, 255, 255));&quot;&gt;,&lt;/font&gt;&lt;/div&gt;&lt;div style=&quot;&quot;&gt;&lt;font style=&quot;color: light-dark(rgb(201, 209, 217), rgb(255, 255, 255));&quot;&gt;&amp;nbsp; &amp;nbsp; &lt;/font&gt;&lt;span style=&quot;color: rgb(201, 209, 217);&quot;&gt;&lt;font style=&quot;color: light-dark(rgb(201, 209, 217), rgb(255, 255, 255));&quot;&gt;draws&lt;/font&gt;&lt;/span&gt;&lt;span style=&quot;color: rgb(212, 212, 212);&quot;&gt;:&lt;/span&gt;&lt;font style=&quot;color: light-dark(rgb(201, 209, 217), rgb(255, 255, 255));&quot;&gt; &lt;/font&gt;&lt;span style=&quot;color: rgb(78, 201, 176);&quot;&gt;number&lt;/span&gt;&lt;font style=&quot;color: light-dark(rgb(201, 209, 217), rgb(255, 255, 255));&quot;&gt;,&lt;/font&gt;&lt;/div&gt;&lt;div style=&quot;&quot;&gt;&lt;font style=&quot;color: light-dark(rgb(201, 209, 217), rgb(255, 255, 255));&quot;&gt;&amp;nbsp; &amp;nbsp; &lt;/font&gt;&lt;span style=&quot;color: rgb(201, 209, 217);&quot;&gt;&lt;font style=&quot;color: light-dark(rgb(201, 209, 217), rgb(255, 255, 255));&quot;&gt;loses&lt;/font&gt;&lt;/span&gt;&lt;span style=&quot;color: rgb(212, 212, 212);&quot;&gt;:&lt;/span&gt;&lt;font style=&quot;color: light-dark(rgb(201, 209, 217), rgb(255, 255, 255));&quot;&gt; &lt;/font&gt;&lt;span style=&quot;color: rgb(78, 201, 176);&quot;&gt;number&lt;/span&gt;&lt;/div&gt;&lt;font style=&quot;color: light-dark(rgb(201, 209, 217), rgb(255, 255, 255));&quot;&gt;&lt;br&gt;&lt;/font&gt;&lt;div style=&quot;color: light-dark(rgb(187, 190, 191), rgb(73, 75, 76));&quot;&gt;}&lt;/div&gt;&lt;div style=&quot;color: light-dark(rgb(187, 190, 191), rgb(73, 75, 76));&quot;&gt;&lt;br&gt;&lt;/div&gt;&lt;/div&gt;&lt;/div&gt;" vertex="1">
+           <mxGeometry height="270" width="380" x="1565" y="669" as="geometry" />
+         </mxCell>
+         <mxCell id="MTkbwlnuCuaM9ma4jEXN-41" parent="1" style="rounded=1;whiteSpace=wrap;html=1;" value="" vertex="1">
+           <mxGeometry height="181" width="427" x="1457" y="20" as="geometry" />
+         </mxCell>
+         <mxCell id="MTkbwlnuCuaM9ma4jEXN-42" parent="1" style="text;html=1;whiteSpace=wrap;strokeColor=none;fillColor=none;align=left;verticalAlign=top;rounded=0;" value="&lt;b&gt;LocalStorage felhasználása: perzisztens adatok tárolása&lt;/b&gt;&lt;div&gt;&lt;span style=&quot;white-space: pre;&quot;&gt;&#x9;&lt;/span&gt;- adatok klienshez kötöttek&lt;br&gt;&lt;/div&gt;&lt;div&gt;&lt;span style=&quot;white-space: pre;&quot;&gt;&#x9;&lt;/span&gt;- az adatok fennmaradnak manuális törlésig&lt;br&gt;&lt;/div&gt;&lt;div&gt;&lt;br&gt;&lt;/div&gt;&lt;div&gt;tabmanager.localstorage.ts:&lt;/div&gt;&lt;div&gt;&lt;span style=&quot;white-space: pre;&quot;&gt;&#x9;&lt;/span&gt;- a választott ablakot elmenti a kliensen&lt;br&gt;&lt;/div&gt;&lt;div&gt;&lt;br&gt;&lt;/div&gt;&lt;div&gt;tablemanager.localstorage.ts:&lt;/div&gt;&lt;div&gt;&lt;span style=&quot;white-space: pre;&quot;&gt;&#x9;&lt;/span&gt;- a szimulált tabellákat elmenti a kliensen&lt;br&gt;&lt;/div&gt;" vertex="1">
+           <mxGeometry height="150" width="387" x="1477" y="41" as="geometry" />
        </mxCell>
      </root>
    </mxGraphModel>
  </diagram>
</mxfile>
